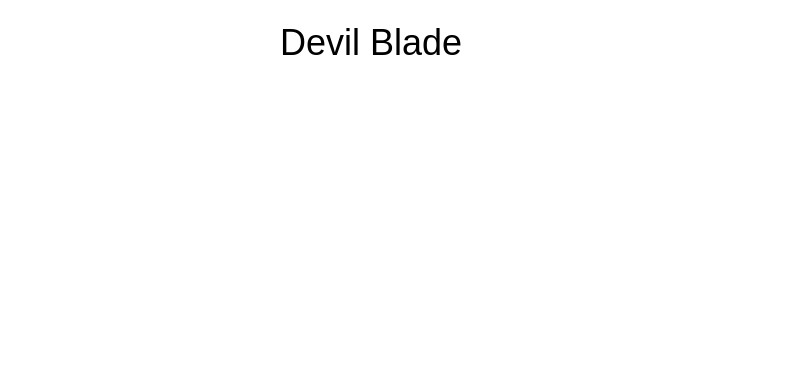
The draw.io diagram Documents/Діаграма без назви.drawio in Endi00710/Devil_Blade_Documents, before the edit. Source tidied: cells renumbered, new cells numbered last; positions are measured from the earlier drawing's top-left corner, leaving out a move shared by most shapes. Both pictures are drawn from the tidied source at 100%, with x=0, y=0 at pixel (274, 17).
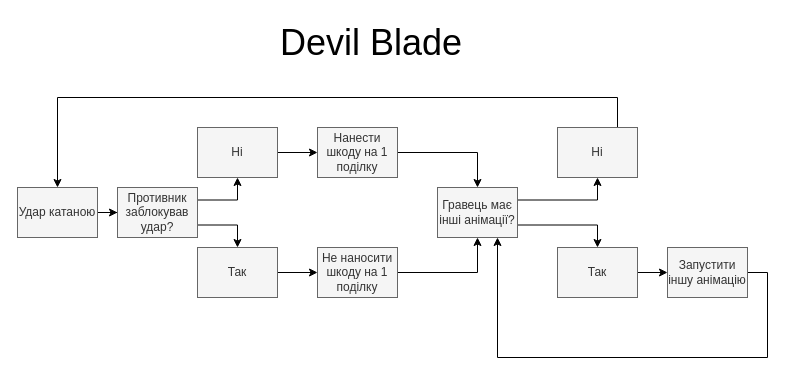
After the change.

The edit, as a diff of the source:
```diff
@@
+    <mxCell id="3" style="edgeStyle=orthogonalEdgeStyle;rounded=0;jettySize=auto;html=1;exitX=1;exitY=0.5;exitDx=0;exitDy=0;" parent="1" edge="1" source="4" target="7">
+      <mxGeometry relative="1" as="geometry" />
+    </mxCell>
+    <mxCell id="4" value="Удар катаною" style="text;html=1;strokeColor=#666666;fillColor=#f5f5f5;align=center;verticalAlign=middle;whiteSpace=wrap;rounded=0;fontColor=#333333;" parent="1" vertex="1">
+      <mxGeometry x="-257" y="170" width="80" height="50" as="geometry" />
+    </mxCell>
+    <mxCell id="5" style="edgeStyle=orthogonalEdgeStyle;rounded=0;jettySize=auto;html=1;exitX=1;exitY=0.25;exitDx=0;exitDy=0;" parent="1" edge="1" source="7" target="9">
+      <mxGeometry relative="1" as="geometry" />
+    </mxCell>
+    <mxCell id="6" style="edgeStyle=orthogonalEdgeStyle;rounded=0;jettySize=auto;html=1;exitX=1;exitY=0.75;exitDx=0;exitDy=0;" parent="1" edge="1" source="7" target="11">
+      <mxGeometry relative="1" as="geometry" />
+    </mxCell>
+    <mxCell id="7" value="Противник заблокував удар?" style="text;html=1;strokeColor=#666666;fillColor=#f5f5f5;align=center;verticalAlign=middle;whiteSpace=wrap;rounded=0;fontColor=#333333;" parent="1" vertex="1">
+      <mxGeometry x="-157" y="170" width="80" height="50" as="geometry" />
+    </mxCell>
+    <mxCell id="8" style="edgeStyle=orthogonalEdgeStyle;rounded=0;jettySize=auto;html=1;exitX=1;exitY=0.5;exitDx=0;exitDy=0;" parent="1" edge="1" source="9" target="13">
+      <mxGeometry relative="1" as="geometry" />
+    </mxCell>
+    <mxCell id="9" value="Ні" style="text;html=1;strokeColor=#666666;fillColor=#f5f5f5;align=center;verticalAlign=middle;whiteSpace=wrap;rounded=0;fontColor=#333333;" parent="1" vertex="1">
+      <mxGeometry x="-77" y="110" width="80" height="50" as="geometry" />
+    </mxCell>
+    <mxCell id="10" style="edgeStyle=orthogonalEdgeStyle;rounded=0;jettySize=auto;html=1;exitX=1;exitY=0.5;exitDx=0;exitDy=0;" parent="1" edge="1" source="11" target="15">
+      <mxGeometry relative="1" as="geometry" />
+    </mxCell>
+    <mxCell id="11" value="Так" style="text;html=1;strokeColor=#666666;fillColor=#f5f5f5;align=center;verticalAlign=middle;whiteSpace=wrap;rounded=0;fontColor=#333333;" parent="1" vertex="1">
+      <mxGeometry x="-77" y="230" width="80" height="50" as="geometry" />
+    </mxCell>
+    <mxCell id="12" style="edgeStyle=orthogonalEdgeStyle;rounded=0;jettySize=auto;html=1;exitX=1;exitY=0.5;exitDx=0;exitDy=0;" parent="1" edge="1" source="13" target="18">
+      <mxGeometry relative="1" as="geometry" />
+    </mxCell>
+    <mxCell id="13" value="Нанести шкоду на 1 поділку" style="text;html=1;strokeColor=#666666;fillColor=#f5f5f5;align=center;verticalAlign=middle;whiteSpace=wrap;rounded=0;fontColor=#333333;" parent="1" vertex="1">
+      <mxGeometry x="43" y="110" width="80" height="50" as="geometry" />
+    </mxCell>
+    <mxCell id="14" style="edgeStyle=orthogonalEdgeStyle;rounded=0;jettySize=auto;html=1;exitX=1;exitY=0.5;exitDx=0;exitDy=0;entryX=0.5;entryY=1;entryDx=0;entryDy=0;" parent="1" edge="1" source="15" target="18">
+      <mxGeometry relative="1" as="geometry" />
+    </mxCell>
+    <mxCell id="15" value="Не наносити шкоду на 1 поділку" style="text;html=1;strokeColor=#666666;fillColor=#f5f5f5;align=center;verticalAlign=middle;whiteSpace=wrap;rounded=0;fontColor=#333333;" parent="1" vertex="1">
+      <mxGeometry x="43" y="230" width="80" height="50" as="geometry" />
+    </mxCell>
+    <mxCell id="16" style="edgeStyle=orthogonalEdgeStyle;rounded=0;jettySize=auto;html=1;exitX=1;exitY=0.25;exitDx=0;exitDy=0;" parent="1" edge="1" source="18" target="20">
+      <mxGeometry relative="1" as="geometry" />
+    </mxCell>
+    <mxCell id="17" style="edgeStyle=orthogonalEdgeStyle;rounded=0;jettySize=auto;html=1;exitX=1;exitY=0.75;exitDx=0;exitDy=0;" parent="1" edge="1" source="18" target="22">
+      <mxGeometry relative="1" as="geometry" />
+    </mxCell>
+    <mxCell id="18" value="Гравець має інші анімації?" style="text;html=1;strokeColor=#666666;fillColor=#f5f5f5;align=center;verticalAlign=middle;whiteSpace=wrap;rounded=0;fontColor=#333333;" parent="1" vertex="1">
+      <mxGeometry x="163" y="170" width="80" height="50" as="geometry" />
+    </mxCell>
+    <mxCell id="19" style="edgeStyle=orthogonalEdgeStyle;rounded=0;jettySize=auto;html=1;exitX=1;exitY=0.5;exitDx=0;exitDy=0;entryX=0.5;entryY=0;entryDx=0;entryDy=0;" parent="1" edge="1" source="20" target="4">
+      <mxGeometry relative="1" as="geometry">
+        <Array as="points">
+          <mxPoint x="343" y="135" />
+          <mxPoint x="343" y="80" />
+          <mxPoint x="-217" y="80" />
+        </Array>
+      </mxGeometry>
+    </mxCell>
+    <mxCell id="20" value="Ні" style="text;html=1;strokeColor=#666666;fillColor=#f5f5f5;align=center;verticalAlign=middle;whiteSpace=wrap;rounded=0;fontColor=#333333;" parent="1" vertex="1">
+      <mxGeometry x="283" y="110" width="80" height="50" as="geometry" />
+    </mxCell>
+    <mxCell id="21" style="edgeStyle=orthogonalEdgeStyle;rounded=0;jettySize=auto;html=1;exitX=1;exitY=0.5;exitDx=0;exitDy=0;" parent="1" edge="1" source="22" target="24">
+      <mxGeometry relative="1" as="geometry" />
+    </mxCell>
+    <mxCell id="22" value="Так" style="text;html=1;strokeColor=#666666;fillColor=#f5f5f5;align=center;verticalAlign=middle;whiteSpace=wrap;rounded=0;fontColor=#333333;" parent="1" vertex="1">
+      <mxGeometry x="283" y="230" width="80" height="50" as="geometry" />
+    </mxCell>
+    <mxCell id="23" style="edgeStyle=orthogonalEdgeStyle;rounded=0;jettySize=auto;html=1;exitX=1;exitY=0.5;exitDx=0;exitDy=0;entryX=0.75;entryY=1;entryDx=0;entryDy=0;" parent="1" edge="1" source="24" target="18">
+      <mxGeometry relative="1" as="geometry">
+        <Array as="points">
+          <mxPoint x="493" y="255" />
+          <mxPoint x="493" y="340" />
+          <mxPoint x="223" y="340" />
+        </Array>
+      </mxGeometry>
+    </mxCell>
+    <mxCell id="24" value="Запустити іншу анімацію" style="text;html=1;strokeColor=#666666;fillColor=#f5f5f5;align=center;verticalAlign=middle;whiteSpace=wrap;rounded=0;fontColor=#333333;" parent="1" vertex="1">
+      <mxGeometry x="393" y="230" width="80" height="50" as="geometry" />
+    </mxCell>
```
